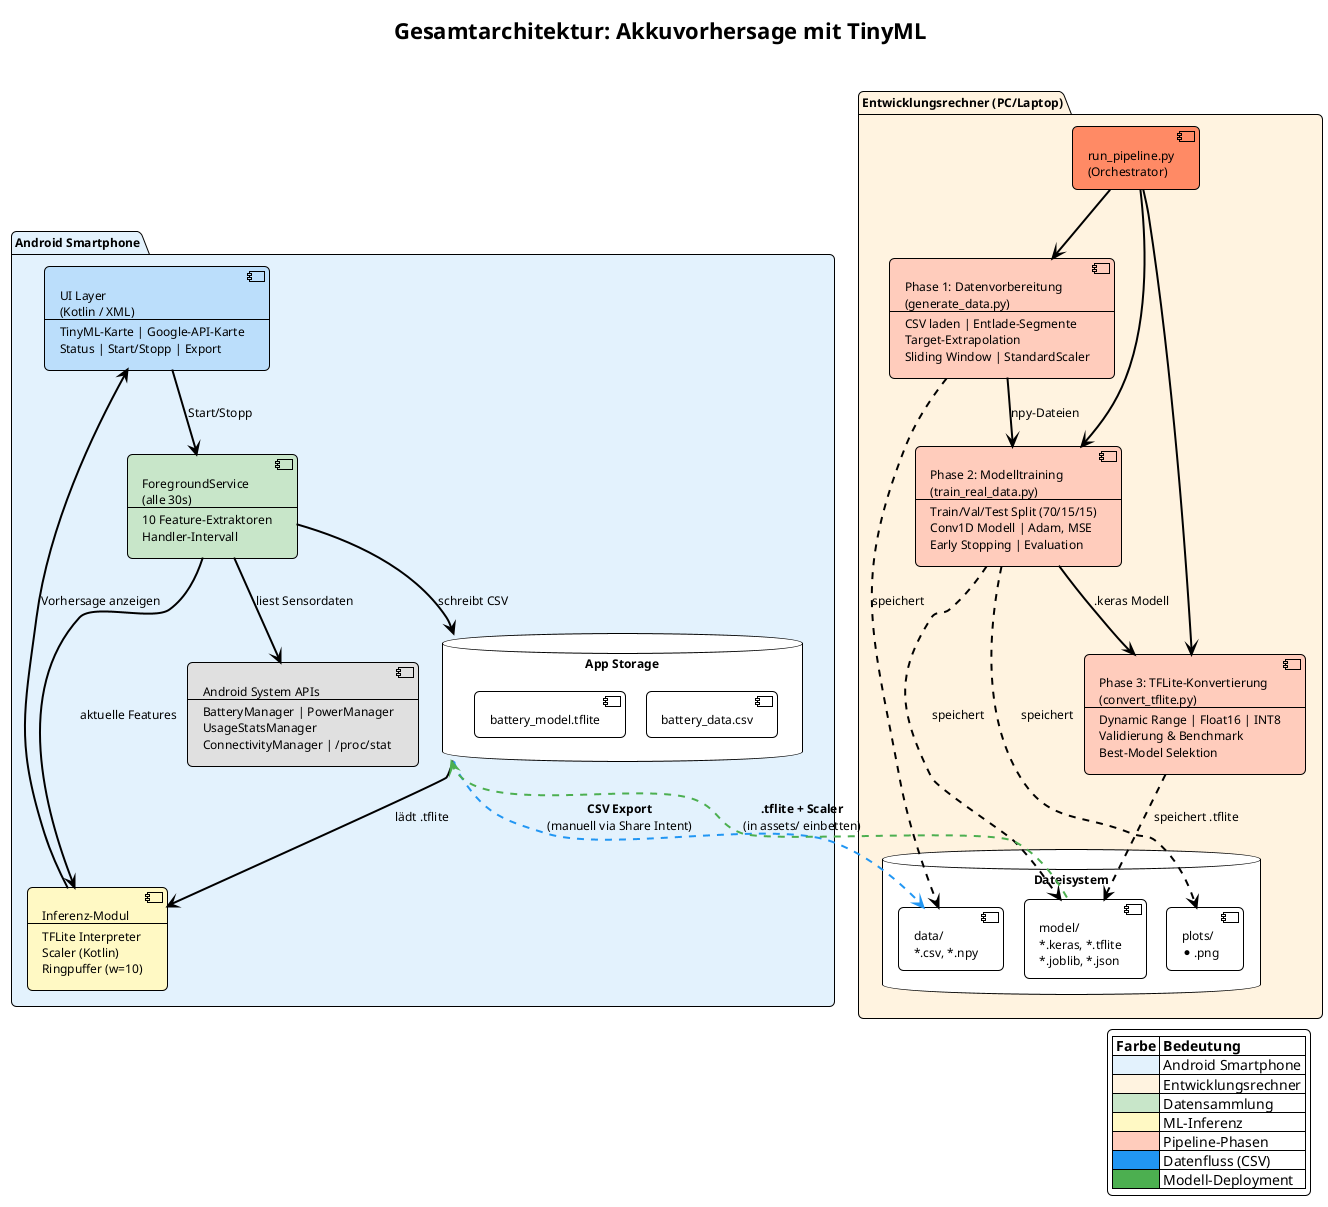
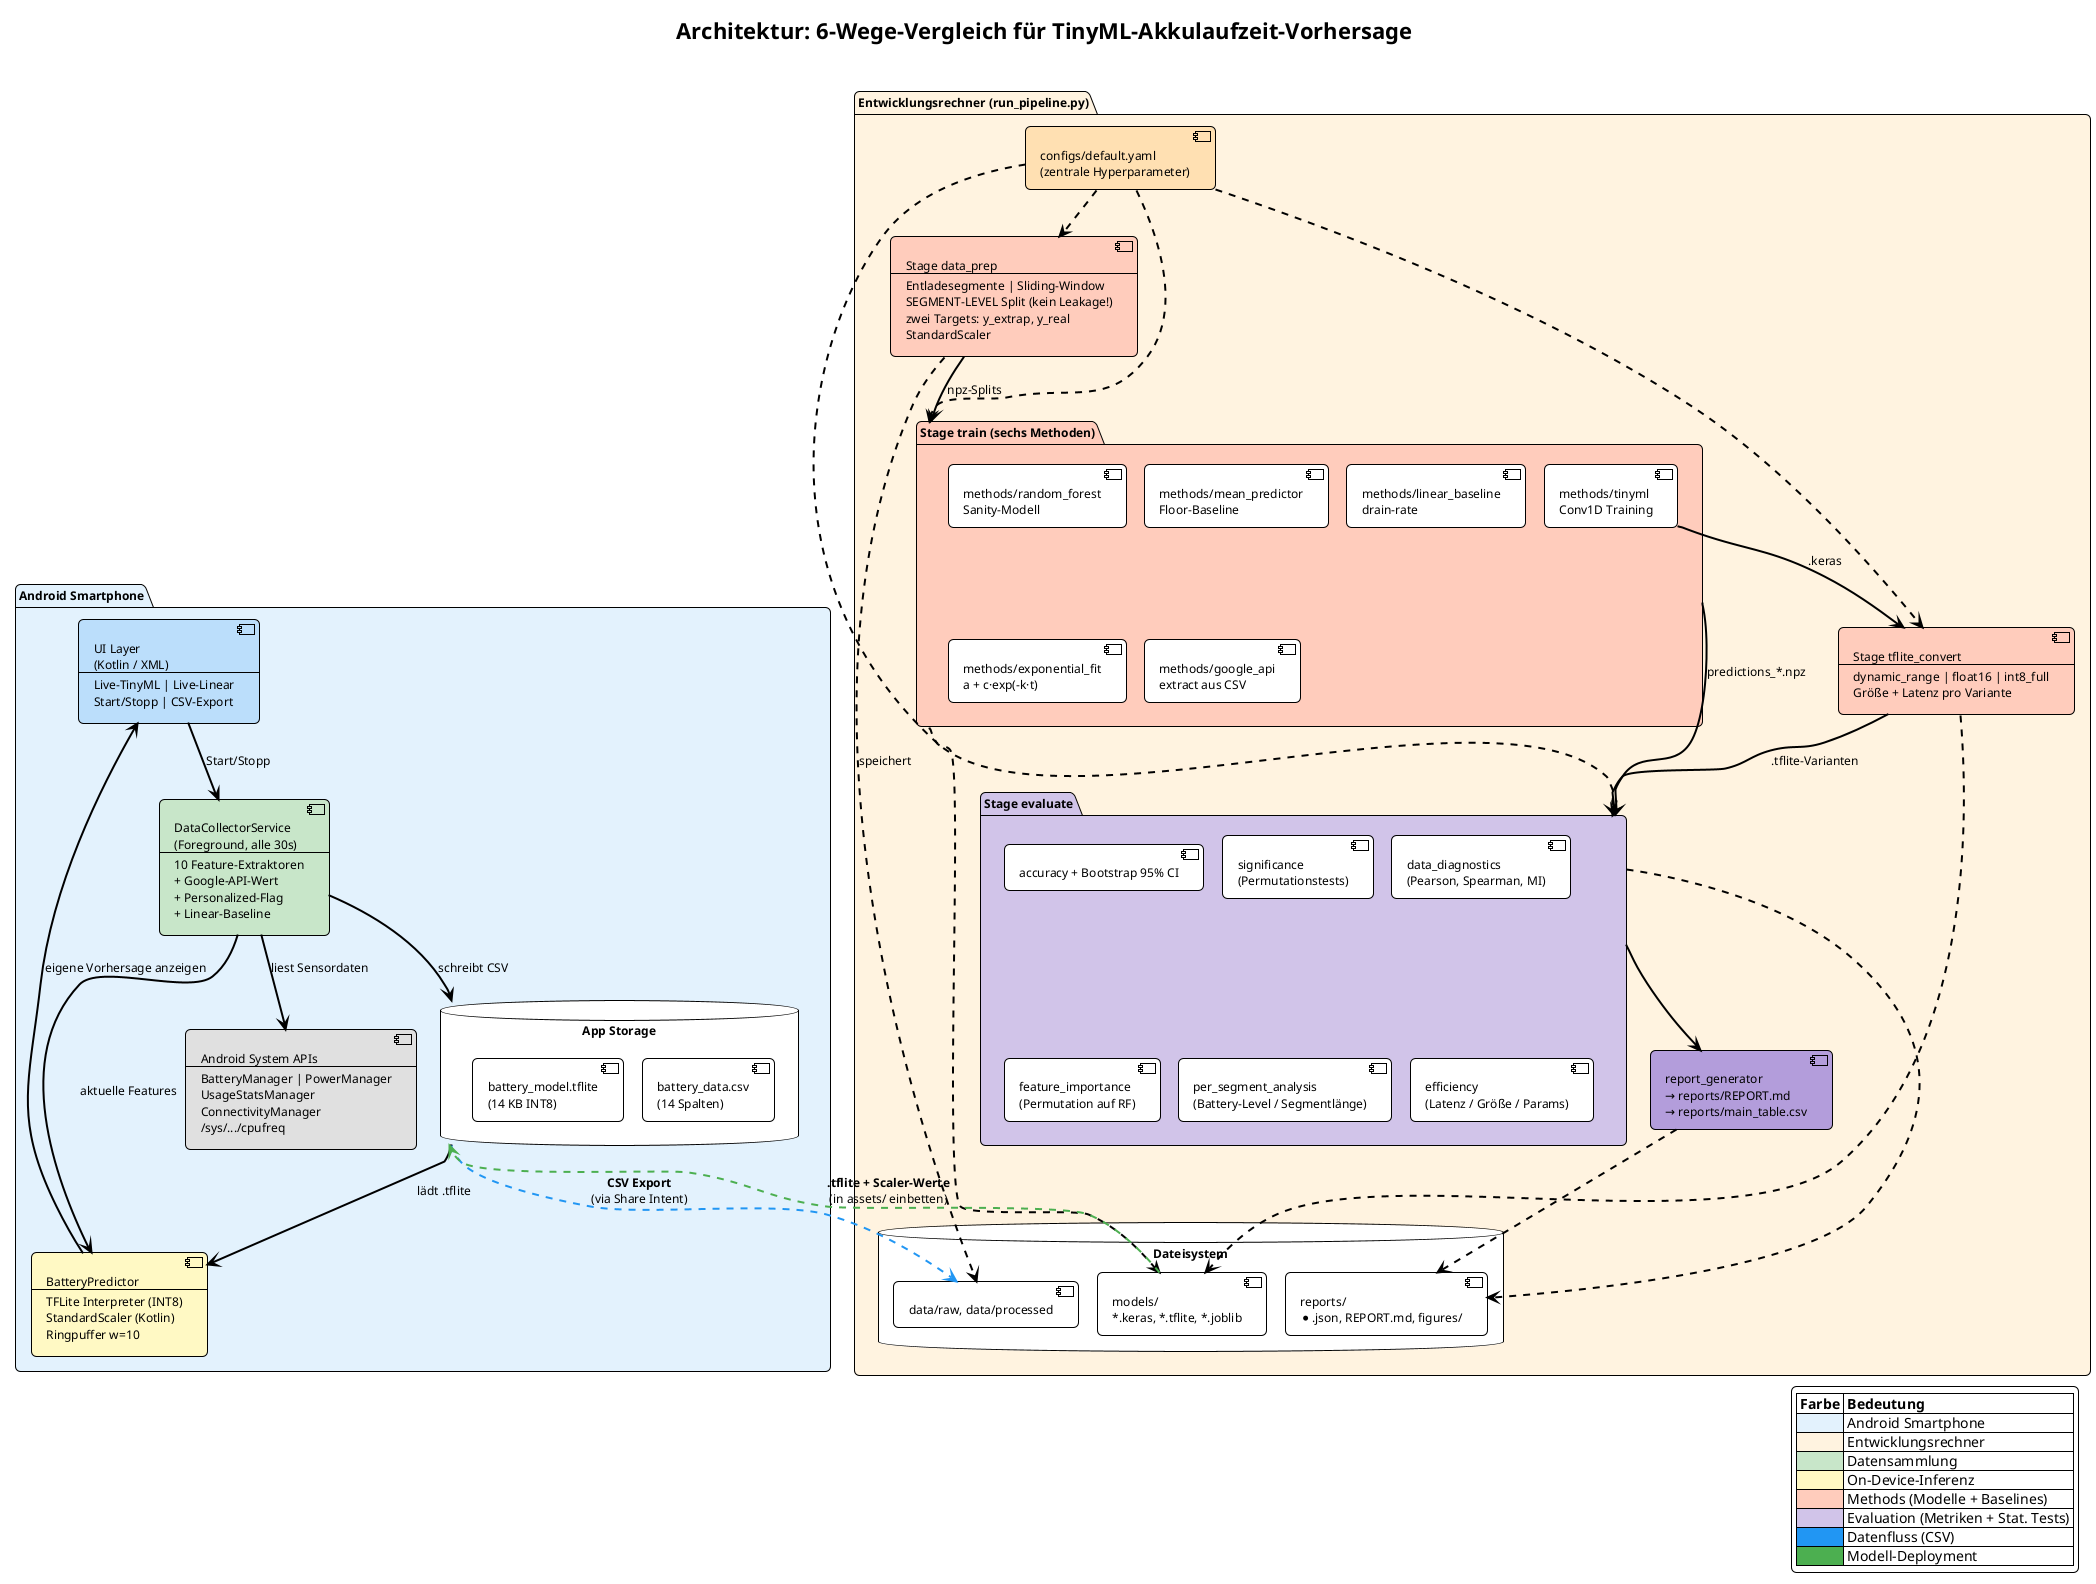
@startuml
!theme plain
skinparam backgroundColor white
skinparam defaultFontSize 12
skinparam ArrowThickness 2
skinparam RoundCorner 10
- skinparam nodesep 20
- skinparam ranksep 50
- skinparam PackagePadding 15
+ skinparam nodesep 18
+ skinparam ranksep 45
+ skinparam PackagePadding 14

top to bottom direction

- title Gesamtarchitektur: Akkuvorhersage mit TinyML\n
+ title Architektur: 6-Wege-Vergleich für TinyML-Akkulaufzeit-Vorhersage\n

' ============================================================
- '  ANDROID APP (oben)
+ '  ANDROID APP (oben) - Datensammlung + On-Device-Inferenz
' ============================================================
package "Android Smartphone" as phone #E3F2FD {

-     [UI Layer\n(Kotlin / XML)\n---\nTinyML-Karte | Google-API-Karte\nStatus | Start/Stopp | Export] as ui #BBDEFB
+     [UI Layer\n(Kotlin / XML)\n---\nLive-TinyML | Live-Linear\nStart/Stopp | CSV-Export] as ui #BBDEFB

-     [ForegroundService\n(alle 30s)\n---\n10 Feature-Extraktoren\nHandler-Intervall] as service #C8E6C9
+     [DataCollectorService\n(Foreground, alle 30s)\n---\n10 Feature-Extraktoren\n+ Google-API-Wert\n+ Personalized-Flag\n+ Linear-Baseline] as service #C8E6C9

-     [Inferenz-Modul\n---\nTFLite Interpreter\nScaler (Kotlin)\nRingpuffer (w=10)] as inferenz #FFF9C4
+     [BatteryPredictor\n---\nTFLite Interpreter (INT8)\nStandardScaler (Kotlin)\nRingpuffer w=10] as inferenz #FFF9C4

-     [Android System APIs\n---\nBatteryManager | PowerManager\nUsageStatsManager\nConnectivityManager | /proc/stat] as apis #E0E0E0
+     [Android System APIs\n---\nBatteryManager | PowerManager\nUsageStatsManager\nConnectivityManager\n/sys/.../cpufreq] as apis #E0E0E0

    database "App Storage" as storage {
-         [battery_data.csv]
-         [battery_model.tflite]
+         [battery_data.csv\n(14 Spalten)]
+         [battery_model.tflite\n(14 KB INT8)]
    }
}

' ============================================================
- '  PYTHON PIPELINE (unten)
+ '  PYTHON PIPELINE (unten) - Training + Vergleich + Reporting
' ============================================================
- package "Entwicklungsrechner (PC/Laptop)" as pc #FFF3E0 {
+ package "Entwicklungsrechner (run_pipeline.py)" as pc #FFF3E0 {

-     [run_pipeline.py\n(Orchestrator)] as orch #FF8A65
+     [configs/default.yaml\n(zentrale Hyperparameter)] as cfg #FFE0B2

-     [Phase 1: Datenvorbereitung\n(generate_data.py)\n---\nCSV laden | Entlade-Segmente\nTarget-Extrapolation\nSliding Window | StandardScaler] as phase1 #FFCCBC
+     [Stage data_prep\n---\nEntladesegmente | Sliding-Window\nSEGMENT-LEVEL Split (kein Leakage!)\nzwei Targets: y_extrap, y_real\nStandardScaler] as data #FFCCBC

-     [Phase 2: Modelltraining\n(train_real_data.py)\n---\nTrain/Val/Test Split (70/15/15)\nConv1D Modell | Adam, MSE\nEarly Stopping | Evaluation] as phase2 #FFCCBC
+     package "Stage train (sechs Methoden)" as train_pkg #FFCCBC {
+         [methods/tinyml\nConv1D Training] as m1
+         [methods/random_forest\nSanity-Modell] as m2
+         [methods/mean_predictor\nFloor-Baseline] as m3
+         [methods/linear_baseline\ndrain-rate] as m4
+         [methods/exponential_fit\na + c·exp(-k·t)] as m5
+         [methods/google_api\nextract aus CSV] as m6
+     }

-     [Phase 3: TFLite-Konvertierung\n(convert_tflite.py)\n---\nDynamic Range | Float16 | INT8\nValidierung & Benchmark\nBest-Model Selektion] as phase3 #FFCCBC
+     [Stage tflite_convert\n---\ndynamic_range | float16 | int8_full\nGröße + Latenz pro Variante] as tfl #FFCCBC
+ 
+     package "Stage evaluate" as eval_pkg #D1C4E9 {
+         [accuracy + Bootstrap 95% CI] as e1
+         [significance\n(Permutationstests)] as e2
+         [data_diagnostics\n(Pearson, Spearman, MI)] as e3
+         [feature_importance\n(Permutation auf RF)] as e4
+         [per_segment_analysis\n(Battery-Level / Segmentlänge)] as e5
+         [efficiency\n(Latenz / Größe / Params)] as e6
+     }
+ 
+     [report_generator\n→ reports/REPORT.md\n→ reports/main_table.csv] as rep #B39DDB

    database "Dateisystem" as fs {
-         [data/\n*.csv, *.npy] as fdata
-         [model/\n*.keras, *.tflite\n*.joblib, *.json] as fmodel
-         [plots/\n*.png] as fplots
+         [data/raw, data/processed] as fdata
+         [models/\n*.keras, *.tflite, *.joblib] as fmodel
+         [reports/\n*.json, REPORT.md, figures/] as freports
    }
}

' ============================================================
'  ANDROID INTERNE VERBINDUNGEN
' ============================================================
ui --> service : Start/Stopp
service --> apis : liest Sensordaten
service --> storage : schreibt CSV
service --> inferenz : aktuelle Features
- inferenz --> ui : Vorhersage anzeigen
+ inferenz --> ui : eigene Vorhersage anzeigen
storage --> inferenz : lädt .tflite

' ============================================================
'  PYTHON INTERNE VERBINDUNGEN
' ============================================================
- orch --> phase1
- orch --> phase2
- orch --> phase3
- phase1 --> phase2 : npy-Dateien
- phase2 --> phase3 : .keras Modell
- phase1 ..> fdata : speichert
- phase2 ..> fmodel : speichert
- phase2 ..> fplots : speichert
- phase3 ..> fmodel : speichert .tflite
+ cfg ..> data
+ cfg ..> train_pkg
+ cfg ..> tfl
+ cfg ..> eval_pkg
+ data --> train_pkg : npz-Splits
+ m1 --> tfl : .keras
+ tfl --> eval_pkg : .tflite-Varianten
+ train_pkg --> eval_pkg : predictions_*.npz
+ eval_pkg --> rep
+ data ..> fdata : speichert
+ train_pkg ..> fmodel
+ tfl ..> fmodel
+ eval_pkg ..> freports
+ rep ..> freports

' ============================================================
'  ZWISCHEN DEN SYSTEMEN
' ============================================================
- storage -[#2196F3,bold,dashed]down-> fdata : **CSV Export**\n(manuell via Share Intent)
- fmodel -[#4CAF50,bold,dashed]up-> storage : **.tflite + Scaler**\n(in assets/ einbetten)
+ storage -[#2196F3,bold,dashed]down-> fdata : **CSV Export**\n(via Share Intent)
+ fmodel -[#4CAF50,bold,dashed]up-> storage : **.tflite + Scaler-Werte**\n(in assets/ einbetten)

' ============================================================
'  LEGENDE
' ============================================================
legend bottom right
  |= Farbe |= Bedeutung |
  |<#E3F2FD> | Android Smartphone |
  |<#FFF3E0> | Entwicklungsrechner |
  |<#C8E6C9> | Datensammlung |
-   |<#FFF9C4> | ML-Inferenz |
-   |<#FFCCBC> | Pipeline-Phasen |
+   |<#FFF9C4> | On-Device-Inferenz |
+   |<#FFCCBC> | Methods (Modelle + Baselines) |
+   |<#D1C4E9> | Evaluation (Metriken + Stat. Tests) |
  |<#2196F3> | Datenfluss (CSV) |
  |<#4CAF50> | Modell-Deployment |
endlegend

@enduml
